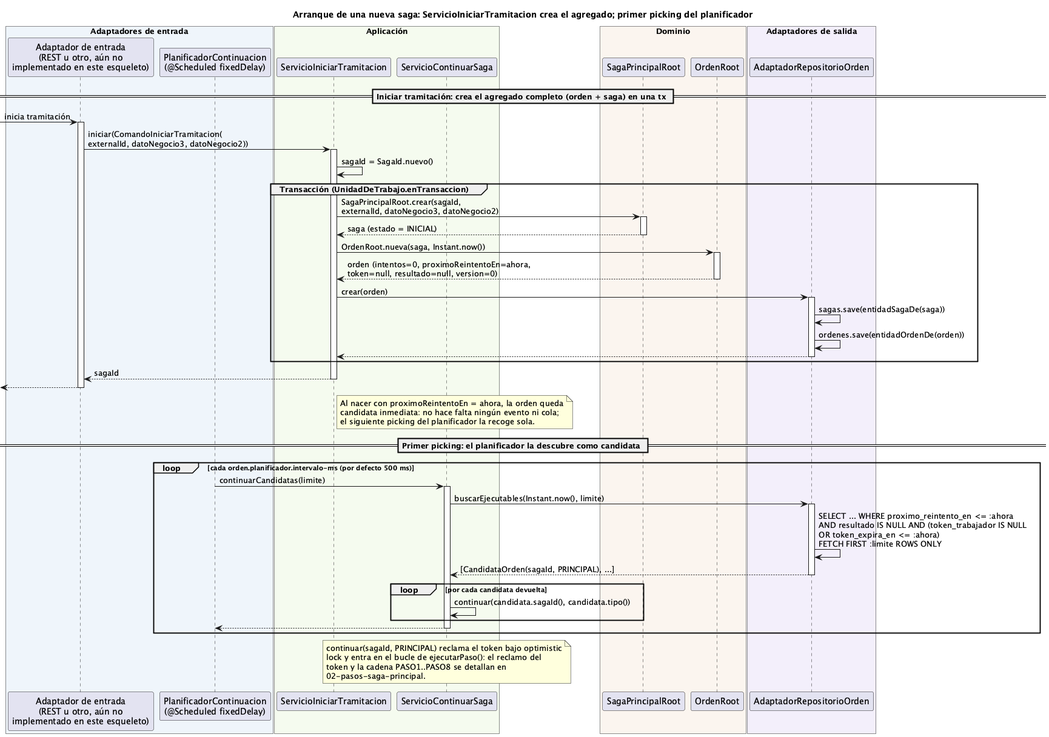
ralcazar/patrones keeps this PlantUML diagram as order-manager/docs/01-arranque-saga-nueva.png. Above is the earlier version.
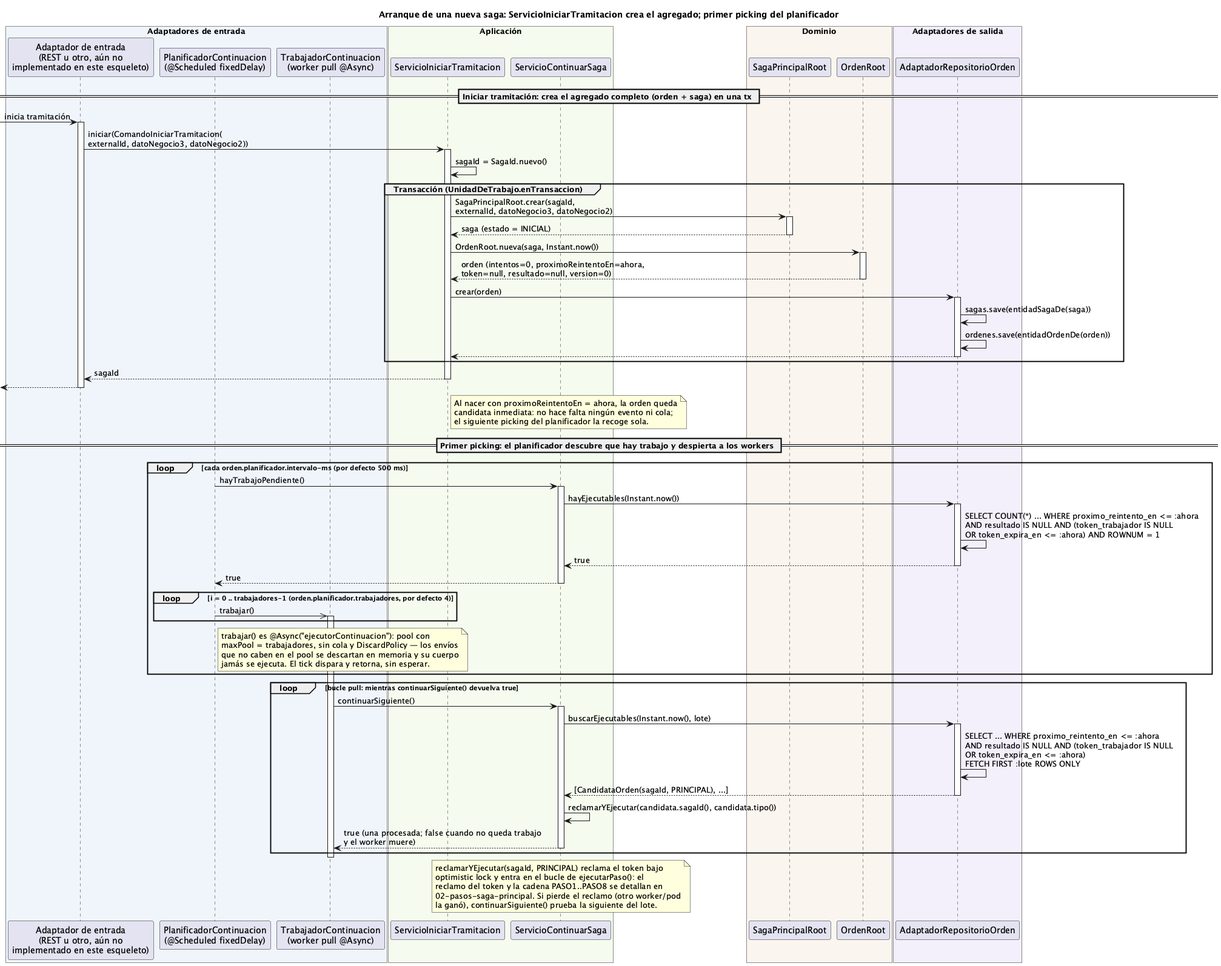
After the change.

Change to the diagram source:
```diff
@@ -4,6 +4,7 @@
 box "Adaptadores de entrada" #EFF5FB
   participant "Adaptador de entrada\n(REST u otro, aún no\nimplementado en este esqueleto)" as ENTRADA
   participant "PlanificadorContinuacion\n(@Scheduled fixedDelay)" as PLAN
+  participant "TrabajadorContinuacion\n(worker pull @Async)" as TRAB
 end box
 box "Aplicación" #F5FBEF
   participant "ServicioIniciarTramitacion" as INICIAR
@@ -43,22 +44,40 @@
   el siguiente picking del planificador la recoge sola.
 end note
 
-== Primer picking: el planificador la descubre como candidata ==
+== Primer picking: el planificador descubre que hay trabajo y despierta a los workers ==
 loop cada orden.planificador.intervalo-ms (por defecto 500 ms)
-  PLAN -> CONT ++ : continuarCandidatas(limite)
-  CONT -> REPO ++ : buscarEjecutables(Instant.now(), limite)
-  REPO -> REPO : SELECT ... WHERE proximo_reintento_en <= :ahora\nAND resultado IS NULL AND (token_trabajador IS NULL\nOR token_expira_en <= :ahora)\nFETCH FIRST :limite ROWS ONLY
-  return [CandidataOrden(sagaId, PRINCIPAL), ...]
-  loop por cada candidata devuelta
-    CONT -> CONT : continuar(candidata.sagaId(), candidata.tipo())
+  PLAN -> CONT ++ : hayTrabajoPendiente()
+  CONT -> REPO ++ : hayEjecutables(Instant.now())
+  REPO -> REPO : SELECT COUNT(*) ... WHERE proximo_reintento_en <= :ahora\nAND resultado IS NULL AND (token_trabajador IS NULL\nOR token_expira_en <= :ahora) AND ROWNUM = 1
+  return true
+  return true
+  loop i = 0 .. trabajadores-1 (orden.planificador.trabajadores, por defecto 4)
+    PLAN ->> TRAB : trabajar()
+    activate TRAB
   end
-  return
+  note right of PLAN
+    trabajar() es @Async("ejecutorContinuacion"): pool con
+    maxPool = trabajadores, sin cola y DiscardPolicy — los envíos
+    que no caben en el pool se descartan en memoria y su cuerpo
+    jamás se ejecuta. El tick dispara y retorna, sin esperar.
+  end note
 end
 
+loop bucle pull: mientras continuarSiguiente() devuelva true
+  TRAB -> CONT ++ : continuarSiguiente()
+  CONT -> REPO ++ : buscarEjecutables(Instant.now(), lote)
+  REPO -> REPO : SELECT ... WHERE proximo_reintento_en <= :ahora\nAND resultado IS NULL AND (token_trabajador IS NULL\nOR token_expira_en <= :ahora)\nFETCH FIRST :lote ROWS ONLY
+  return [CandidataOrden(sagaId, PRINCIPAL), ...]
+  CONT -> CONT : reclamarYEjecutar(candidata.sagaId(), candidata.tipo())
+  return true (una procesada; false cuando no queda trabajo\ny el worker muere)
+end
+deactivate TRAB
+
 note over CONT
-  continuar(sagaId, PRINCIPAL) reclama el token bajo optimistic
-  lock y entra en el bucle de ejecutarPaso(): el reclamo del
-  token y la cadena PASO1..PASO8 se detallan en
-  02-pasos-saga-principal.
+  reclamarYEjecutar(sagaId, PRINCIPAL) reclama el token bajo
+  optimistic lock y entra en el bucle de ejecutarPaso(): el
+  reclamo del token y la cadena PASO1..PASO8 se detallan en
+  02-pasos-saga-principal. Si pierde el reclamo (otro worker/pod
+  la ganó), continuarSiguiente() prueba la siguiente del lote.
 end note
 @enduml
```
